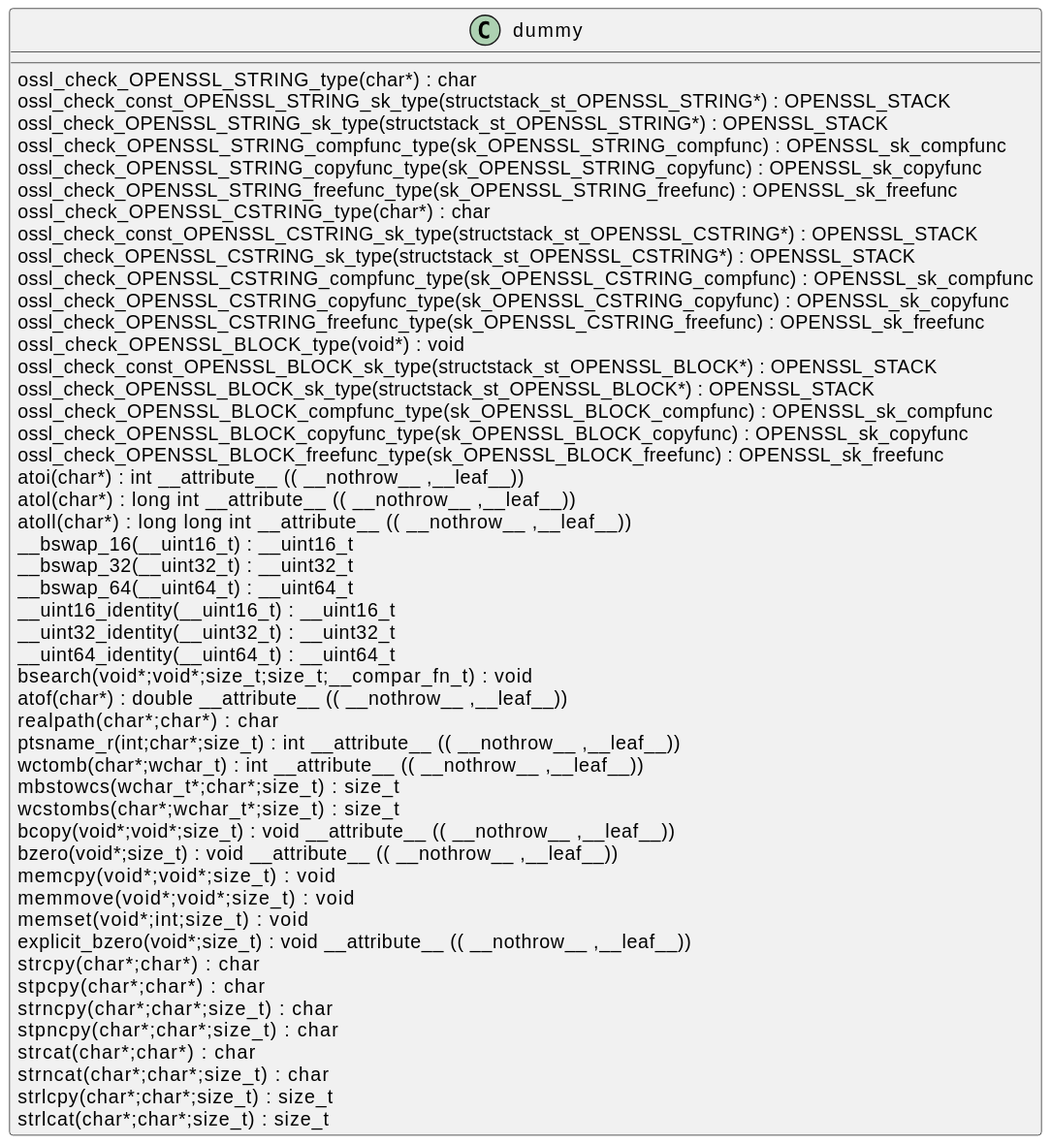
Above: docs/qc/crypto/context.c.svg in qualitesys/openssl (PlantUML), before the change. The source it was exported from:
```plantuml
@startuml
!pragma layout smetana
class dummy {
ossl_check_OPENSSL_STRING_type(char*) :  char  [[[./../.././qc/crypto/context.c.html#444]]]
ossl_check_const_OPENSSL_STRING_sk_type(structstack_st_OPENSSL_STRING*) : OPENSSL_STACK [[[./../.././qc/crypto/context.c.html#444]]]
ossl_check_OPENSSL_STRING_sk_type(structstack_st_OPENSSL_STRING*) : OPENSSL_STACK [[[./../.././qc/crypto/context.c.html#444]]]
ossl_check_OPENSSL_STRING_compfunc_type(sk_OPENSSL_STRING_compfunc) : OPENSSL_sk_compfunc [[[./../.././qc/crypto/context.c.html#444]]]
ossl_check_OPENSSL_STRING_copyfunc_type(sk_OPENSSL_STRING_copyfunc) : OPENSSL_sk_copyfunc [[[./../.././qc/crypto/context.c.html#444]]]
ossl_check_OPENSSL_STRING_freefunc_type(sk_OPENSSL_STRING_freefunc) : OPENSSL_sk_freefunc [[[./../.././qc/crypto/context.c.html#444]]]
ossl_check_OPENSSL_CSTRING_type(char*) :  char  [[[./../.././qc/crypto/context.c.html#446]]]
ossl_check_const_OPENSSL_CSTRING_sk_type(structstack_st_OPENSSL_CSTRING*) : OPENSSL_STACK [[[./../.././qc/crypto/context.c.html#446]]]
ossl_check_OPENSSL_CSTRING_sk_type(structstack_st_OPENSSL_CSTRING*) : OPENSSL_STACK [[[./../.././qc/crypto/context.c.html#446]]]
ossl_check_OPENSSL_CSTRING_compfunc_type(sk_OPENSSL_CSTRING_compfunc) : OPENSSL_sk_compfunc [[[./../.././qc/crypto/context.c.html#446]]]
ossl_check_OPENSSL_CSTRING_copyfunc_type(sk_OPENSSL_CSTRING_copyfunc) : OPENSSL_sk_copyfunc [[[./../.././qc/crypto/context.c.html#446]]]
ossl_check_OPENSSL_CSTRING_freefunc_type(sk_OPENSSL_CSTRING_freefunc) : OPENSSL_sk_freefunc [[[./../.././qc/crypto/context.c.html#446]]]
ossl_check_OPENSSL_BLOCK_type(void*) :  void  [[[./../.././qc/crypto/context.c.html#449]]]
ossl_check_const_OPENSSL_BLOCK_sk_type(structstack_st_OPENSSL_BLOCK*) : OPENSSL_STACK [[[./../.././qc/crypto/context.c.html#449]]]
ossl_check_OPENSSL_BLOCK_sk_type(structstack_st_OPENSSL_BLOCK*) : OPENSSL_STACK [[[./../.././qc/crypto/context.c.html#449]]]
ossl_check_OPENSSL_BLOCK_compfunc_type(sk_OPENSSL_BLOCK_compfunc) : OPENSSL_sk_compfunc [[[./../.././qc/crypto/context.c.html#449]]]
ossl_check_OPENSSL_BLOCK_copyfunc_type(sk_OPENSSL_BLOCK_copyfunc) : OPENSSL_sk_copyfunc [[[./../.././qc/crypto/context.c.html#449]]]
ossl_check_OPENSSL_BLOCK_freefunc_type(sk_OPENSSL_BLOCK_freefunc) : OPENSSL_sk_freefunc [[[./../.././qc/crypto/context.c.html#449]]]
atoi(char*) :  int  __attribute__ (( __nothrow__ ,__leaf__)) [[[./../.././qc/crypto/context.c.html#839]]]
atol(char*) :  long  int  __attribute__ (( __nothrow__ ,__leaf__)) [[[./../.././qc/crypto/context.c.html#844]]]
atoll(char*) :  long  long  int  __attribute__ (( __nothrow__ ,__leaf__)) [[[./../.././qc/crypto/context.c.html#851]]]
__bswap_16(__uint16_t) : __uint16_t [[[./../.././qc/crypto/context.c.html#1013]]]
__bswap_32(__uint32_t) : __uint32_t [[[./../.././qc/crypto/context.c.html#1028]]]
__bswap_64(__uint64_t) : __uint64_t [[[./../.././qc/crypto/context.c.html#1038]]]
__uint16_identity(__uint16_t) : __uint16_t [[[./../.././qc/crypto/context.c.html#1050]]]
__uint32_identity(__uint32_t) : __uint32_t [[[./../.././qc/crypto/context.c.html#1056]]]
__uint64_identity(__uint64_t) : __uint64_t [[[./../.././qc/crypto/context.c.html#1062]]]
bsearch(void*;void*;size_t;size_t;__compar_fn_t) :  void  [[[./../.././qc/crypto/context.c.html#1746]]]
atof(char*) :  double  __attribute__ (( __nothrow__ ,__leaf__)) [[[./../.././qc/crypto/context.c.html#1]]]
realpath(char*;char*) :  char  [[[./../.././qc/crypto/context.c.html#1]]]
ptsname_r(int;char*;size_t) :  int  __attribute__ (( __nothrow__ ,__leaf__)) [[[./../.././qc/crypto/context.c.html#1]]]
wctomb(char*;wchar_t) :  int  __attribute__ (( __nothrow__ ,__leaf__)) [[[./../.././qc/crypto/context.c.html#1]]]
mbstowcs(wchar_t*;char*;size_t) : size_t [[[./../.././qc/crypto/context.c.html#1]]]
wcstombs(char*;wchar_t*;size_t) : size_t [[[./../.././qc/crypto/context.c.html#1]]]
bcopy(void*;void*;size_t) :  void  __attribute__ (( __nothrow__ ,__leaf__)) [[[./../.././qc/crypto/context.c.html#1]]]
bzero(void*;size_t) :  void  __attribute__ (( __nothrow__ ,__leaf__)) [[[./../.././qc/crypto/context.c.html#1]]]
memcpy(void*;void*;size_t) :  void  [[[./../.././qc/crypto/context.c.html#1]]]
memmove(void*;void*;size_t) :  void  [[[./../.././qc/crypto/context.c.html#1]]]
memset(void*;int;size_t) :  void  [[[./../.././qc/crypto/context.c.html#1]]]
explicit_bzero(void*;size_t) :  void  __attribute__ (( __nothrow__ ,__leaf__)) [[[./../.././qc/crypto/context.c.html#1]]]
strcpy(char*;char*) :  char  [[[./../.././qc/crypto/context.c.html#1]]]
stpcpy(char*;char*) :  char  [[[./../.././qc/crypto/context.c.html#1]]]
strncpy(char*;char*;size_t) :  char  [[[./../.././qc/crypto/context.c.html#1]]]
stpncpy(char*;char*;size_t) :  char  [[[./../.././qc/crypto/context.c.html#1]]]
strcat(char*;char*) :  char  [[[./../.././qc/crypto/context.c.html#1]]]
strncat(char*;char*;size_t) :  char  [[[./../.././qc/crypto/context.c.html#1]]]
strlcpy(char*;char*;size_t) : size_t [[[./../.././qc/crypto/context.c.html#1]]]
strlcat(char*;char*;size_t) : size_t [[[./../.././qc/crypto/context.c.html#1]]]
}
@enduml
```
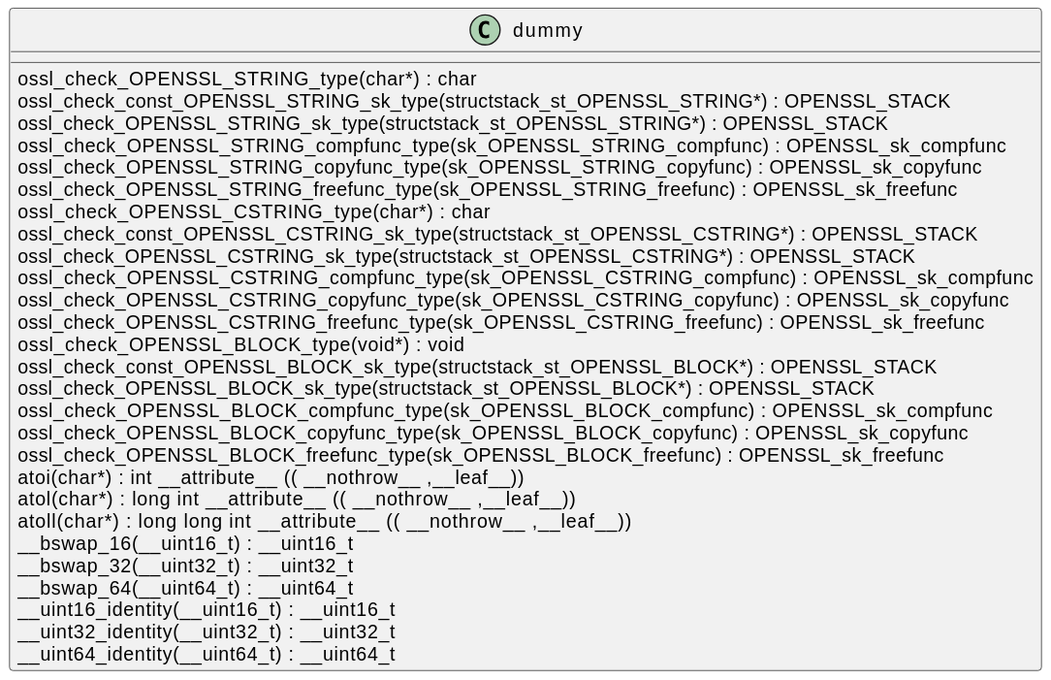
After the change.

What changed in the source:
```diff
@@ -28,26 +28,5 @@
 __uint16_identity(__uint16_t) : __uint16_t [[[./../.././qc/crypto/context.c.html#1050]]]
 __uint32_identity(__uint32_t) : __uint32_t [[[./../.././qc/crypto/context.c.html#1056]]]
 __uint64_identity(__uint64_t) : __uint64_t [[[./../.././qc/crypto/context.c.html#1062]]]
-bsearch(void*;void*;size_t;size_t;__compar_fn_t) :  void  [[[./../.././qc/crypto/context.c.html#1746]]]
-atof(char*) :  double  __attribute__ (( __nothrow__ ,__leaf__)) [[[./../.././qc/crypto/context.c.html#1]]]
-realpath(char*;char*) :  char  [[[./../.././qc/crypto/context.c.html#1]]]
-ptsname_r(int;char*;size_t) :  int  __attribute__ (( __nothrow__ ,__leaf__)) [[[./../.././qc/crypto/context.c.html#1]]]
-wctomb(char*;wchar_t) :  int  __attribute__ (( __nothrow__ ,__leaf__)) [[[./../.././qc/crypto/context.c.html#1]]]
-mbstowcs(wchar_t*;char*;size_t) : size_t [[[./../.././qc/crypto/context.c.html#1]]]
-wcstombs(char*;wchar_t*;size_t) : size_t [[[./../.././qc/crypto/context.c.html#1]]]
-bcopy(void*;void*;size_t) :  void  __attribute__ (( __nothrow__ ,__leaf__)) [[[./../.././qc/crypto/context.c.html#1]]]
-bzero(void*;size_t) :  void  __attribute__ (( __nothrow__ ,__leaf__)) [[[./../.././qc/crypto/context.c.html#1]]]
-memcpy(void*;void*;size_t) :  void  [[[./../.././qc/crypto/context.c.html#1]]]
-memmove(void*;void*;size_t) :  void  [[[./../.././qc/crypto/context.c.html#1]]]
-memset(void*;int;size_t) :  void  [[[./../.././qc/crypto/context.c.html#1]]]
-explicit_bzero(void*;size_t) :  void  __attribute__ (( __nothrow__ ,__leaf__)) [[[./../.././qc/crypto/context.c.html#1]]]
-strcpy(char*;char*) :  char  [[[./../.././qc/crypto/context.c.html#1]]]
-stpcpy(char*;char*) :  char  [[[./../.././qc/crypto/context.c.html#1]]]
-strncpy(char*;char*;size_t) :  char  [[[./../.././qc/crypto/context.c.html#1]]]
-stpncpy(char*;char*;size_t) :  char  [[[./../.././qc/crypto/context.c.html#1]]]
-strcat(char*;char*) :  char  [[[./../.././qc/crypto/context.c.html#1]]]
-strncat(char*;char*;size_t) :  char  [[[./../.././qc/crypto/context.c.html#1]]]
-strlcpy(char*;char*;size_t) : size_t [[[./../.././qc/crypto/context.c.html#1]]]
-strlcat(char*;char*;size_t) : size_t [[[./../.././qc/crypto/context.c.html#1]]]
 }
 @enduml
```
